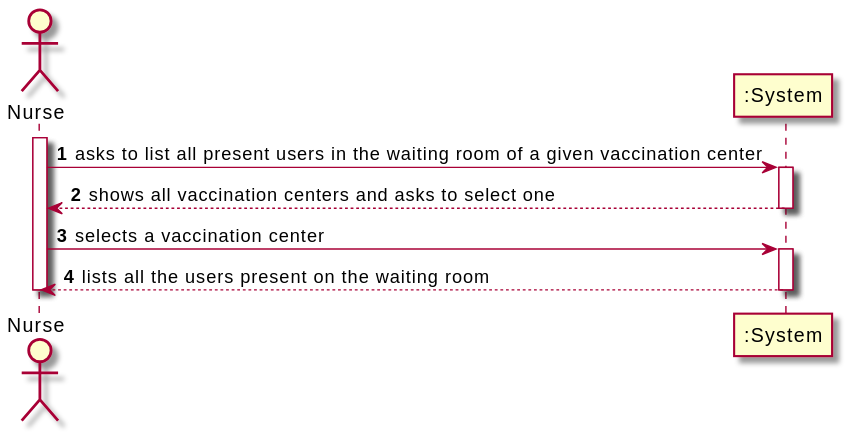
Before: docs/SprintC/US05/SSD/US05_SSD.svg, a diagram exported from PlantUML (miseEnPlace-i/lapr2).
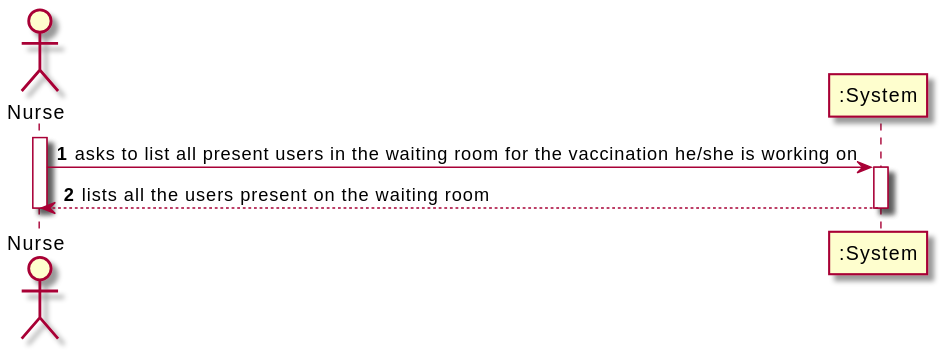
The same diagram one commit later.

Diff of the diagram source:
```diff
@@ -3,12 +3,7 @@
 actor "Nurse" as NURSE
 
 activate NURSE
-NURSE -> ":System" : asks to list all present users in the waiting room of a given vaccination center
-activate ":System"
-":System" --> NURSE : shows all vaccination centers and asks to select one
-deactivate ":System"
-
-NURSE -> ":System" : selects a vaccination center
+NURSE -> ":System" : asks to list all present users in the waiting room for the vaccination he/she is working on
 activate ":System"
 ":System" --> NURSE : lists all the users present on the waiting room
 deactivate ":System"
```
